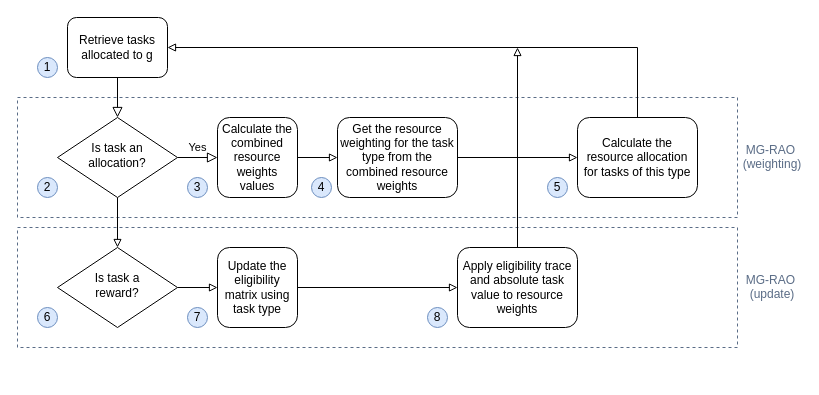
This is source/mgrao-simplified.drawio from sevenmachines/els_energy_optimisation_and_adaptive_coverage_in_wsn_systems, a draw.io file, before an edit. Source tidied: cells renumbered, new cells numbered last; positions are measured from the earlier drawing's top-left corner, leaving out a move shared by most shapes. Both pictures are drawn from the tidied source at 100%, with x=0, y=0 at pixel (17, 17).
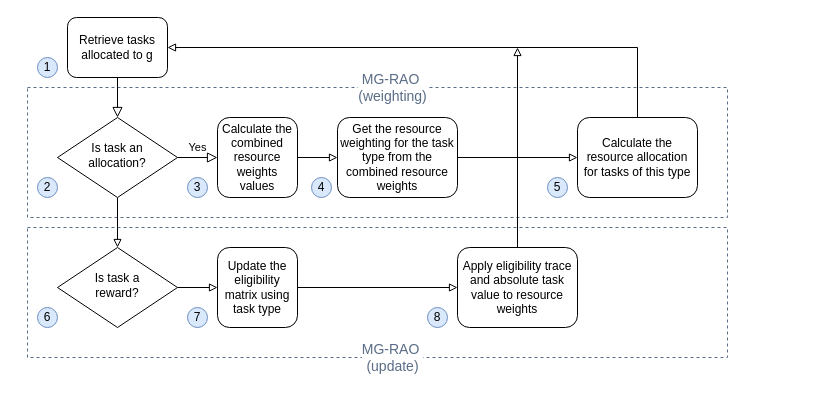
After the change.

The edit, as a diff of the source:
```diff
@@
-    <mxCell id="2" value="MG-RAO &#10;(update)" style="fillColor=none;strokeColor=#5A6C86;dashed=1;verticalAlign=middle;fontStyle=0;fontColor=#5A6C86;labelPosition=right;verticalLabelPosition=middle;align=center;spacingRight=0;spacingLeft=-650;spacingBottom=2;" parent="1" vertex="1">
-      <mxGeometry y="210" width="720" height="120" as="geometry" />
+    <mxCell id="2" style="fillColor=none;strokeColor=#5A6C86;dashed=1;verticalAlign=middle;fontStyle=0;fontColor=#5A6C86;labelPosition=right;verticalLabelPosition=middle;align=center;spacingRight=0;spacingLeft=-650;spacingBottom=2;" parent="1" vertex="1">
+      <mxGeometry x="10" y="210" width="700" height="130" as="geometry" />
     </mxCell>
-    <mxCell id="3" value="MG-RAO &#10;(weighting)" style="fillColor=none;strokeColor=#5A6C86;dashed=1;verticalAlign=middle;fontStyle=0;fontColor=#5A6C86;labelPosition=right;verticalLabelPosition=middle;align=center;spacingRight=0;spacingLeft=-650;spacingBottom=2;" parent="1" vertex="1">
-      <mxGeometry y="80" width="720" height="120" as="geometry" />
+    <mxCell id="3" style="fillColor=none;strokeColor=#5A6C86;dashed=1;verticalAlign=middle;fontStyle=0;fontColor=#5A6C86;labelPosition=right;verticalLabelPosition=middle;align=center;spacingRight=0;spacingLeft=-650;spacingBottom=2;" parent="1" vertex="1">
+      <mxGeometry x="10" y="70" width="700" height="130" as="geometry" />
     </mxCell>
@@
+    <mxCell id="29" value="MG-RAO&amp;nbsp;&lt;br style=&quot;padding: 0px; margin: 0px; font-size: 14px;&quot;&gt;(weighting)" style="text;html=1;align=center;verticalAlign=middle;fontColor=#5A6C86;labelBackgroundColor=#ffffff;fontSize=14;" parent="1" vertex="1">
+      <mxGeometry x="335" y="50" width="80" height="40" as="geometry" />
+    </mxCell>
+    <mxCell id="30" value="&lt;font style=&quot;font-size: 14px&quot;&gt;MG-RAO&amp;nbsp;&lt;br style=&quot;padding: 0px ; margin: 0px&quot;&gt;(update)&lt;/font&gt;" style="text;html=1;align=center;verticalAlign=middle;fontSize=14;fontColor=#5A6C86;labelBackgroundColor=#ffffff;" parent="1" vertex="1">
+      <mxGeometry x="335" y="320" width="80" height="40" as="geometry" />
+    </mxCell>
```
